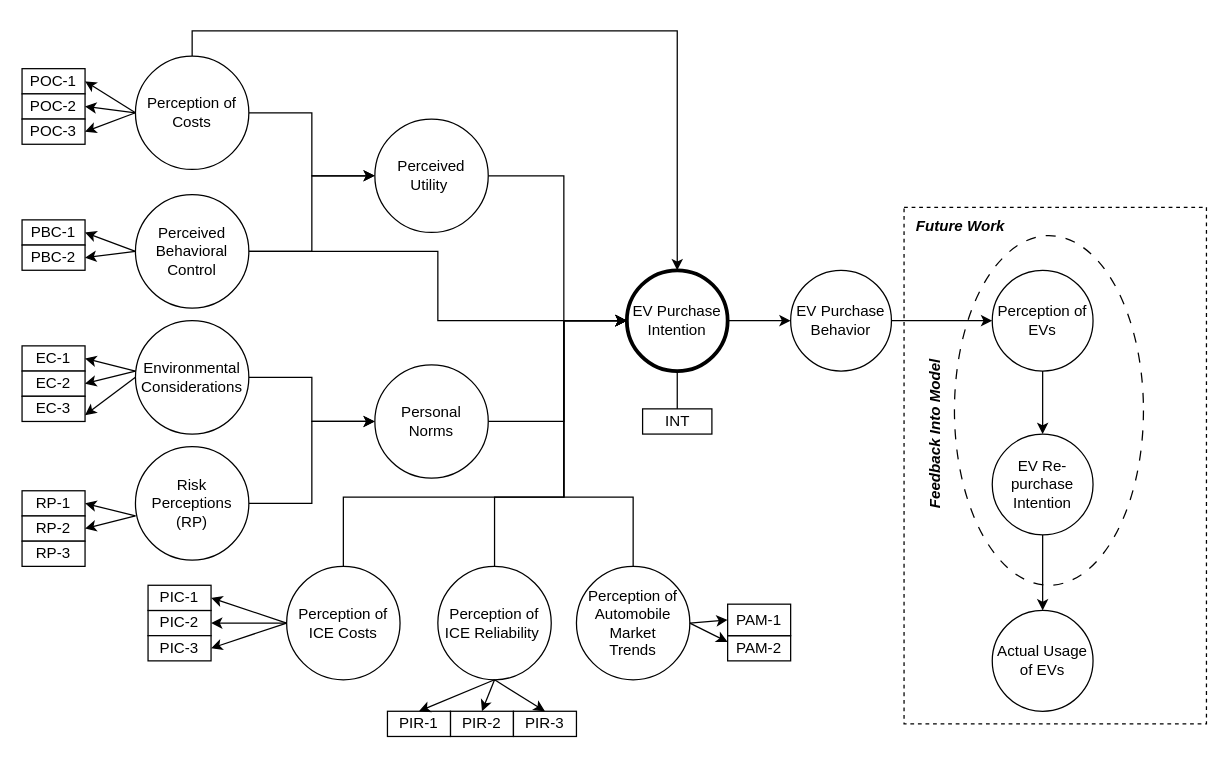
Earlier version of the draw.io diagram research_framework_2.drawio (ChullEPG/taxi-survey). Source tidied: cells renumbered, new cells numbered last; positions are measured from the earlier drawing's top-left corner, leaving out a move shared by most shapes. Both pictures are drawn from the tidied source at 126%, with x=0, y=0 at pixel (21, 55).
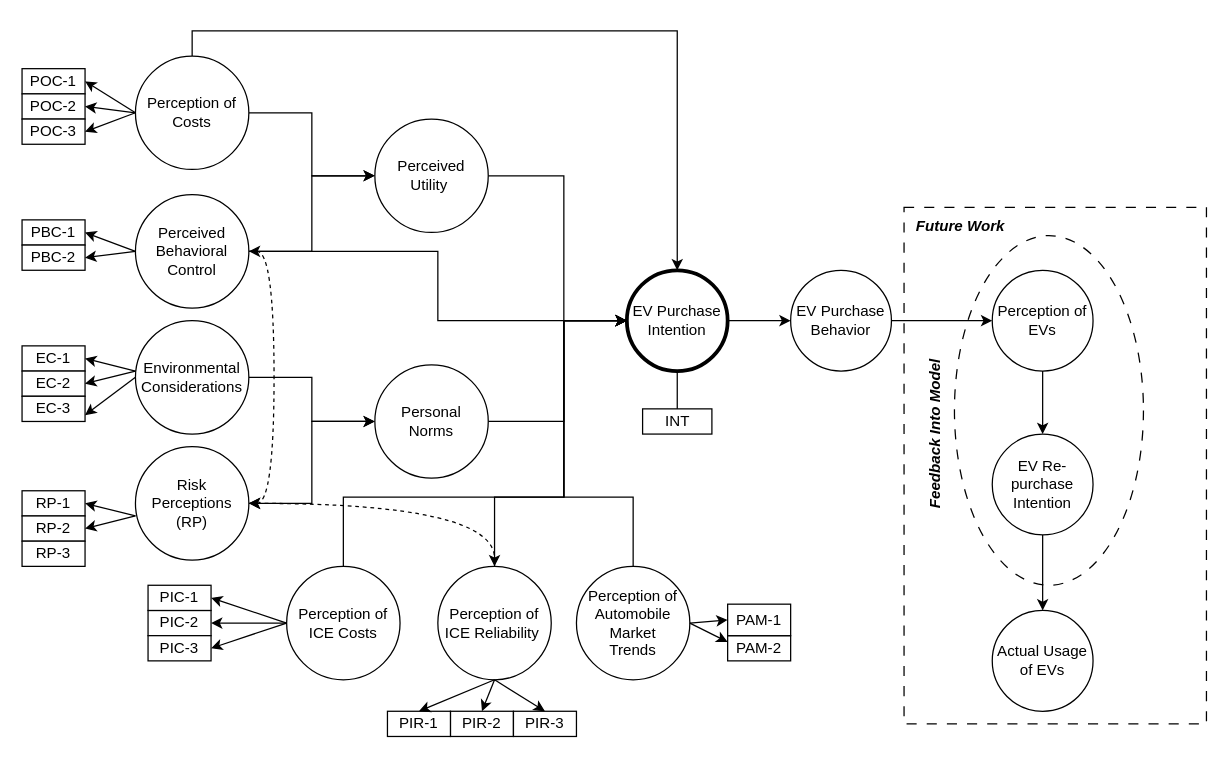
After the change.

Unchanged cells that the change refers to:
```xml
<mxCell id="26" value="Perceived Behavioral Control" style="ellipse;whiteSpace=wrap;html=1;" parent="1" vertex="1">
  <mxGeometry x="90" y="110" width="90" height="90" as="geometry" />
</mxCell>
<mxCell id="40" value="Risk Perceptions (RP)" style="ellipse;whiteSpace=wrap;html=1;" parent="1" vertex="1">
  <mxGeometry x="90" y="310" width="90" height="90" as="geometry" />
</mxCell>
<mxCell id="54" value="Perception of ICE Reliability&amp;nbsp;" style="ellipse;whiteSpace=wrap;html=1;" parent="1" vertex="1">
  <mxGeometry x="330" y="405" width="90" height="90" as="geometry" />
</mxCell>
```

Diff of the diagram source:
```diff
@@
-    <mxCell id="3" style="whiteSpace=wrap;html=1;fillColor=none;dashed=1;" parent="1" vertex="1">
+    <mxCell id="3" style="whiteSpace=wrap;html=1;fillColor=none;dashed=1;dashPattern=8 8;" parent="1" vertex="1">
       <mxGeometry x="700" y="120" width="240" height="410" as="geometry" />
     </mxCell>
@@
+    <mxCell id="74" style="edgeStyle=orthogonalEdgeStyle;curved=1;rounded=0;jettySize=auto;html=1;exitX=1;exitY=0.5;exitDx=0;exitDy=0;startArrow=classic;startFill=1;dashed=1;entryX=0.5;entryY=0;entryDx=0;entryDy=0;" parent="1" edge="1" source="40" target="54">
+      <mxGeometry relative="1" as="geometry" />
+    </mxCell>
@@
+    <mxCell id="75" style="edgeStyle=orthogonalEdgeStyle;curved=1;rounded=0;jettySize=auto;html=1;exitX=1;exitY=0.5;exitDx=0;exitDy=0;startArrow=classic;startFill=1;dashed=1;entryX=1;entryY=0.5;entryDx=0;entryDy=0;" parent="1" edge="1" source="40" target="26">
+      <mxGeometry relative="1" as="geometry" />
+    </mxCell>
```
